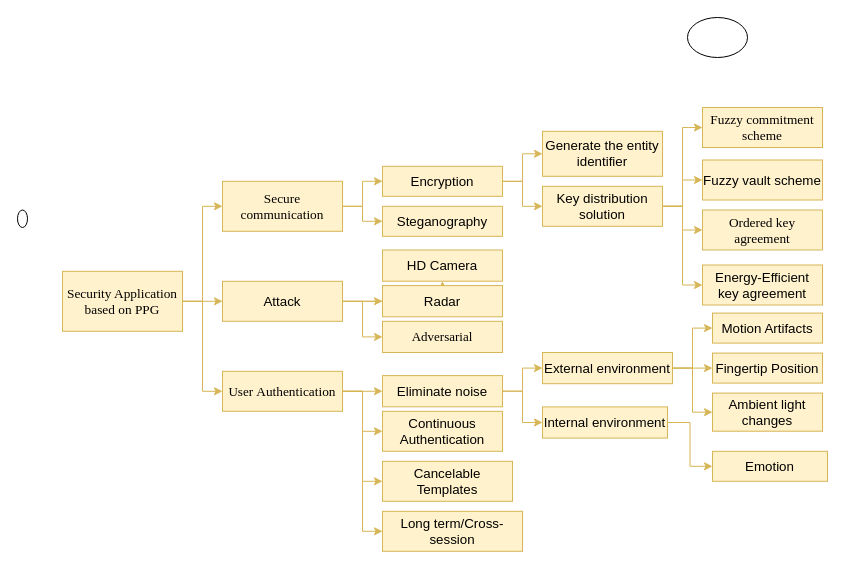
The draw.io diagram Untitled Diagram.drawio in NasTul/Diagrams, before the edit. Source tidied: cells renumbered, new cells numbered last; positions are measured from the earlier drawing's top-left corner, leaving out a move shared by most shapes. Both pictures are drawn from the tidied source at 100%, with x=0, y=0 at pixel (17, 17).
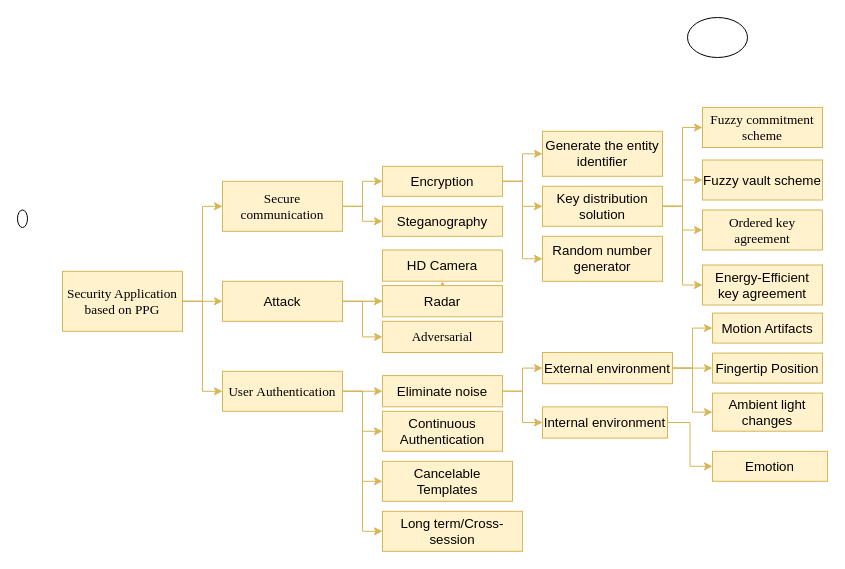
The same diagram, later.

Unchanged cells that the change refers to:
```xml
<mxCell id="20" value="&lt;span style=&quot;font-family: &amp;#34;noto_regular&amp;#34; ; font-size: 10pt&quot;&gt;Encryption&lt;/span&gt;" style="rounded=0;whiteSpace=wrap;html=1;fillColor=#fff2cc;strokeColor=#d6b656;" parent="1" vertex="1">
  <mxGeometry x="365" y="148.8" width="120" height="30" as="geometry" />
</mxCell>
```

Diff of the diagram source:
```diff
@@
+    <mxCell id="53" style="edgeStyle=orthogonalEdgeStyle;rounded=0;jettySize=auto;html=1;entryX=0;entryY=0.5;entryDx=0;entryDy=0;fillColor=#fff2cc;strokeColor=#d6b656;" parent="1" edge="1" source="20" target="54">
+      <mxGeometry relative="1" as="geometry" />
+    </mxCell>
@@
+    <mxCell id="54" value="&lt;font face=&quot;noto_regular&quot;&gt;&lt;span style=&quot;font-size: 13.3333px&quot;&gt;Random number generator&lt;/span&gt;&lt;/font&gt;" style="rounded=0;whiteSpace=wrap;html=1;fillColor=#fff2cc;strokeColor=#d6b656;" parent="1" vertex="1">
+      <mxGeometry x="525" y="218.8" width="120" height="45" as="geometry" />
+    </mxCell>
```
